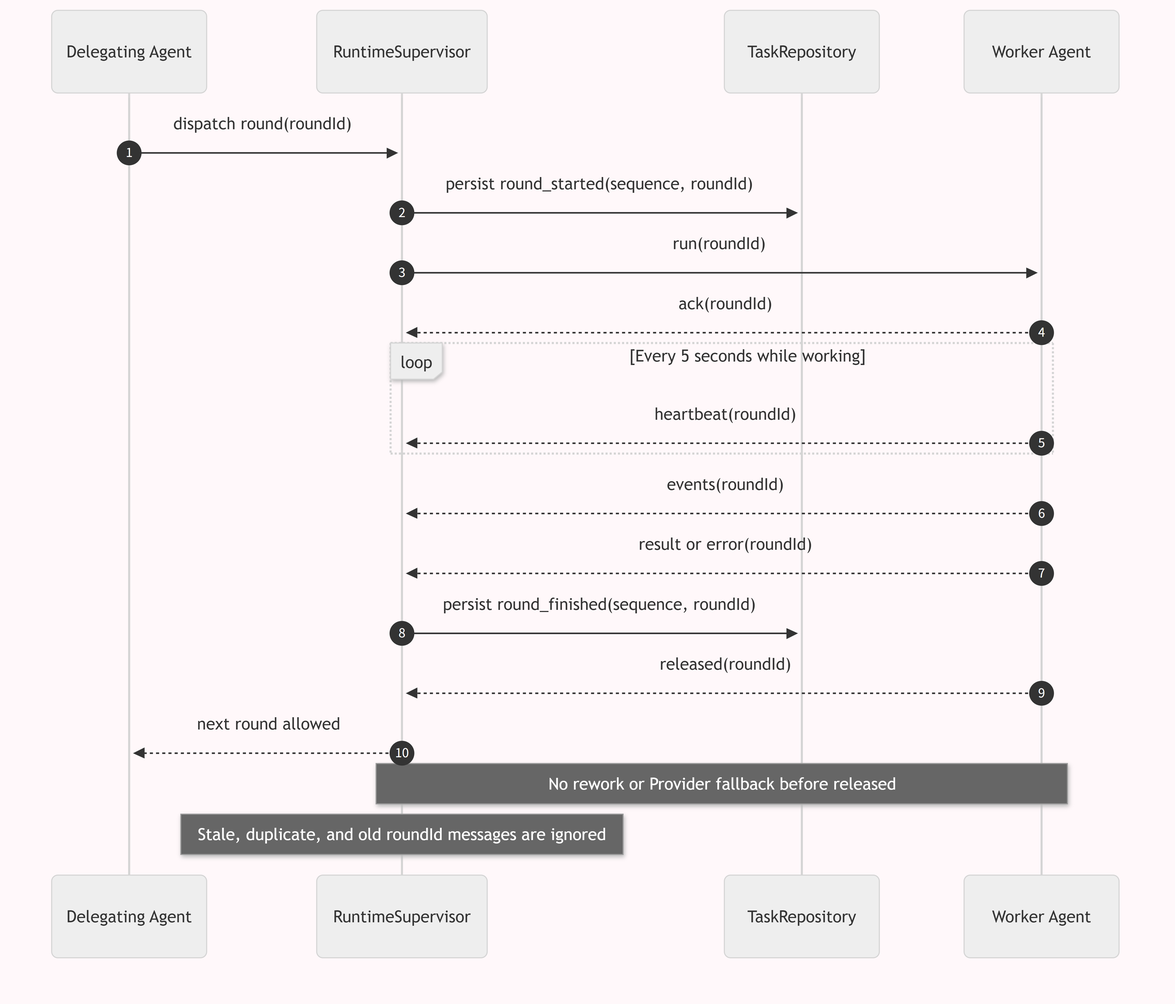
Earlier version of the Mermaid export docs/assets/round-protocol.png (quanertsuki/waxwing). Its source is kept beside it as docs/assets/round-protocol.mmd. The source it was exported from:
```mermaid
sequenceDiagram
  autonumber
  participant Delegating as Delegating Agent
  participant Supervisor as RuntimeSupervisor
  participant Repository as TaskRepository
  participant Worker as Worker Agent

  Delegating->>Supervisor: dispatch round(roundId)
  Supervisor->>Repository: persist round_started(sequence, roundId)
  Supervisor->>Worker: run(roundId)
  Worker-->>Supervisor: ack(roundId)

  loop Every 5 seconds while working
    Worker-->>Supervisor: heartbeat(roundId)
  end

  Worker-->>Supervisor: events(roundId)
  Worker-->>Supervisor: result or error(roundId)
  Supervisor->>Repository: persist round_finished(sequence, roundId)
  Worker-->>Supervisor: released(roundId)
  Supervisor-->>Delegating: next round allowed

  Note over Supervisor,Worker: No rework or Provider fallback before released
  Note over Supervisor: Stale, duplicate, and old roundId messages are ignored
```
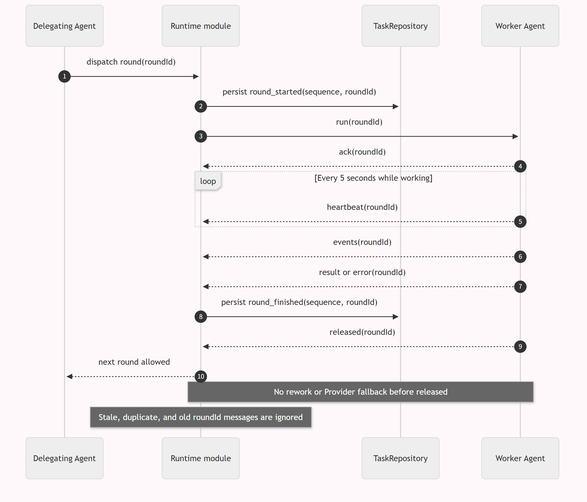
After the commit.

The edit, as a diff of the source:
```diff
@@ -1,24 +1,24 @@
 sequenceDiagram
   autonumber
   participant Delegating as Delegating Agent
-  participant Supervisor as RuntimeSupervisor
+  participant Runtime as Runtime module
   participant Repository as TaskRepository
   participant Worker as Worker Agent
 
-  Delegating->>Supervisor: dispatch round(roundId)
-  Supervisor->>Repository: persist round_started(sequence, roundId)
-  Supervisor->>Worker: run(roundId)
-  Worker-->>Supervisor: ack(roundId)
+  Delegating->>Runtime: dispatch round(roundId)
+  Runtime->>Repository: persist round_started(sequence, roundId)
+  Runtime->>Worker: run(roundId)
+  Worker-->>Runtime: ack(roundId)
 
   loop Every 5 seconds while working
-    Worker-->>Supervisor: heartbeat(roundId)
+    Worker-->>Runtime: heartbeat(roundId)
   end
 
-  Worker-->>Supervisor: events(roundId)
-  Worker-->>Supervisor: result or error(roundId)
-  Supervisor->>Repository: persist round_finished(sequence, roundId)
-  Worker-->>Supervisor: released(roundId)
-  Supervisor-->>Delegating: next round allowed
+  Worker-->>Runtime: events(roundId)
+  Worker-->>Runtime: result or error(roundId)
+  Runtime->>Repository: persist round_finished(sequence, roundId)
+  Worker-->>Runtime: released(roundId)
+  Runtime-->>Delegating: next round allowed
 
-  Note over Supervisor,Worker: No rework or Provider fallback before released
-  Note over Supervisor: Stale, duplicate, and old roundId messages are ignored
+  Note over Runtime,Worker: No rework or Provider fallback before released
+  Note over Runtime: Stale, duplicate, and old roundId messages are ignored
```
